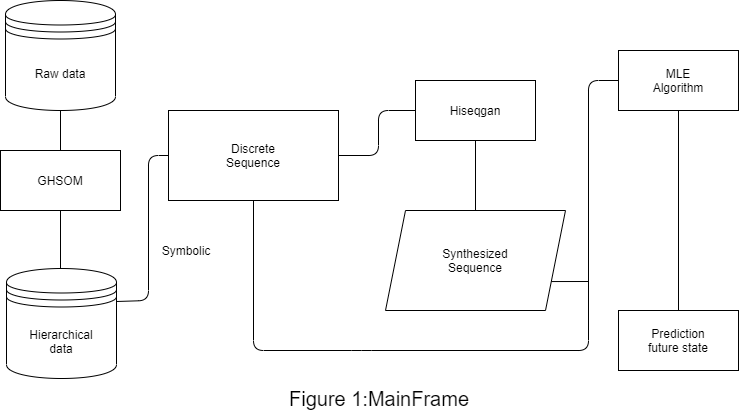
This is draw.io/mainframe(2).png from lina2360/HiSeqGan, a draw.io export, as it was before one commit. Source tidied: cells renumbered, new cells last; positions are measured from the earlier drawing's top-left corner, leaving out a move shared by most shapes.
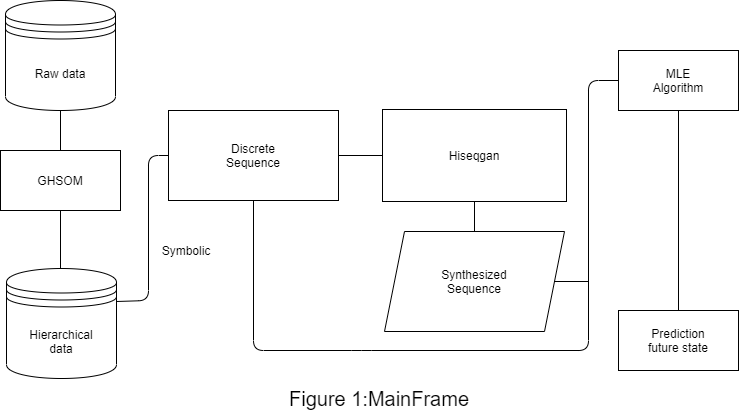
Above is the later version.

What changed in the source:
```diff
@@ -9,10 +9,10 @@
       <mxGeometry x="168" y="110" width="170" height="90" as="geometry" />
     </mxCell>
     <mxCell id="4" value="Hiseqgan" style="rounded=0;whiteSpace=wrap;html=1;" parent="1" vertex="1">
-      <mxGeometry x="415" y="80" width="120" height="60" as="geometry" />
+      <mxGeometry x="382" y="109" width="184" height="92" as="geometry" />
     </mxCell>
     <mxCell id="5" value="Synthesized&lt;br&gt;Sequence" style="shape=parallelogram;perimeter=parallelogramPerimeter;whiteSpace=wrap;html=1;fixedSize=1;" parent="1" vertex="1">
-      <mxGeometry x="385" y="210" width="180" height="100" as="geometry" />
+      <mxGeometry x="384" y="231" width="180" height="100" as="geometry" />
     </mxCell>
     <mxCell id="6" value="MLE&lt;br&gt;Algorithm" style="rounded=0;whiteSpace=wrap;html=1;" parent="1" vertex="1">
       <mxGeometry x="618" y="50" width="120" height="60" as="geometry" />
@@ -38,14 +38,6 @@
         </Array>
       </mxGeometry>
     </mxCell>
-    <mxCell id="11" style="endArrow=none;html=1;exitX=1;exitY=0.5;exitDx=0;exitDy=0;entryX=0;entryY=0.5;entryDx=0;entryDy=0;" parent="1" edge="1" source="3" target="4">
-      <mxGeometry relative="1" as="geometry">
-        <Array as="points">
-          <mxPoint x="378" y="155" />
-          <mxPoint x="378" y="110" />
-        </Array>
-      </mxGeometry>
-    </mxCell>
     <mxCell id="12" style="endArrow=none;html=1;entryX=0.5;entryY=1;entryDx=0;entryDy=0;" parent="1" edge="1" source="5" target="4">
       <mxGeometry relative="1" as="geometry" />
     </mxCell>
@@ -59,7 +51,7 @@
         </Array>
       </mxGeometry>
     </mxCell>
-    <mxCell id="14" style="endArrow=none;html=1;entryX=1;entryY=0.75;entryDx=0;entryDy=0;" parent="1" edge="1" target="5">
+    <mxCell id="14" style="endArrow=none;html=1;entryX=1;entryY=0.5;entryDx=0;entryDy=0;" parent="1" edge="1" target="5">
       <mxGeometry relative="1" as="geometry">
         <mxPoint x="588" y="281" as="sourcePoint" />
       </mxGeometry>
@@ -79,5 +71,8 @@
     <mxCell id="19" value="&lt;font style=&quot;font-size: 20px&quot;&gt;Figure 1:MainFrame&lt;/font&gt;" style="text;html=1;strokeColor=none;fillColor=none;align=center;verticalAlign=middle;whiteSpace=wrap;rounded=0;" parent="1" vertex="1">
       <mxGeometry x="278" y="378" width="202" height="40" as="geometry" />
     </mxCell>
+    <mxCell id="11" style="endArrow=none;html=1;exitX=1;exitY=0.5;exitDx=0;exitDy=0;entryX=0;entryY=0.5;entryDx=0;entryDy=0;" parent="1" edge="1" source="3" target="4">
+      <mxGeometry relative="1" as="geometry" />
+    </mxCell>
   </root>
 </mxGraphModel>
```
